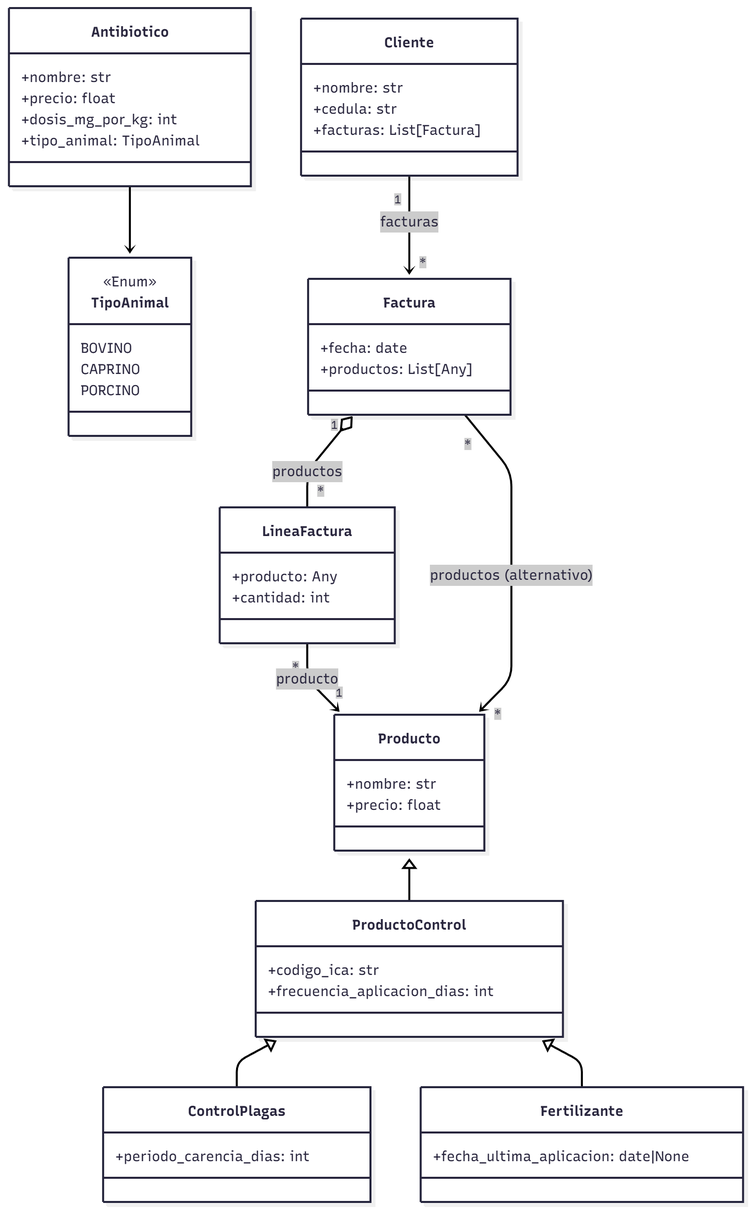
Before: evidencias/diagrama_UML_clases.png, a diagram exported from Mermaid (Perea3124/Parcial_2__Parte_1_Herencia_Asociaciones). Its source is kept beside it as evidencias/diagrama_UML_clases.mmd.
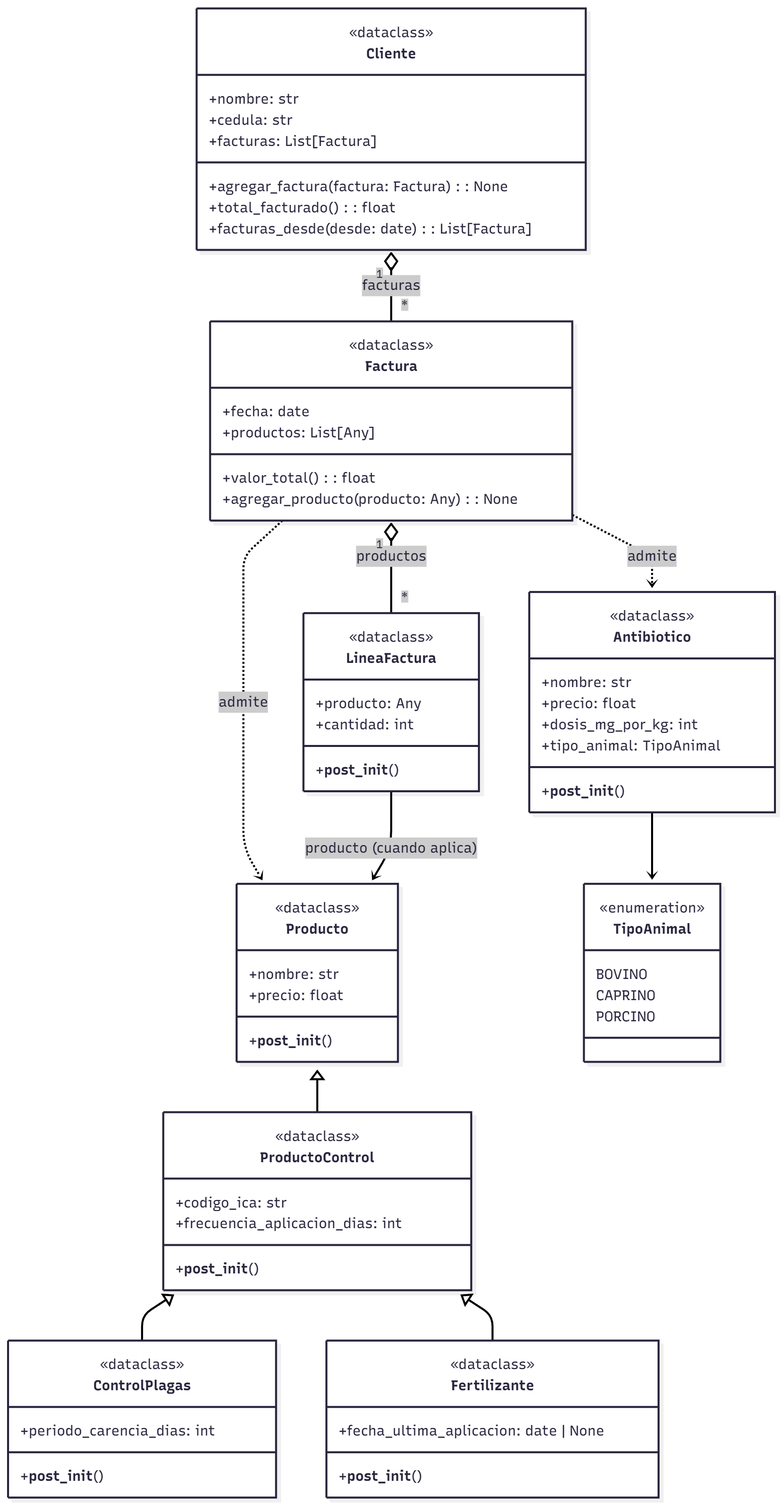
After the change.

Change to the diagram source:
```diff
@@ -1,57 +1,77 @@
 classDiagram
     class Producto {
+        <<dataclass>>
         +nombre: str
         +precio: float
+        +__post_init__()
     }
 
     class ProductoControl {
+        <<dataclass>>
         +codigo_ica: str
         +frecuencia_aplicacion_dias: int
+        +__post_init__()
     }
 
     class ControlPlagas {
+        <<dataclass>>
         +periodo_carencia_dias: int
+        +__post_init__()
     }
 
     class Fertilizante {
-        +fecha_ultima_aplicacion: date|None
+        <<dataclass>>
+        +fecha_ultima_aplicacion: date | None
+        +__post_init__()
     }
 
     class Antibiotico {
+        <<dataclass>>
         +nombre: str
         +precio: float
         +dosis_mg_por_kg: int
         +tipo_animal: TipoAnimal
+        +__post_init__()
     }
 
     class TipoAnimal {
-        <<Enum>>
+        <<enumeration>>
         BOVINO
         CAPRINO
         PORCINO
     }
 
     class Cliente {
+        <<dataclass>>
         +nombre: str
         +cedula: str
         +facturas: List[Factura]
+        +agregar_factura(factura: Factura): None
+        +total_facturado(): float
+        +facturas_desde(desde: date): List[Factura]
     }
 
     class Factura {
+        <<dataclass>>
         +fecha: date
         +productos: List[Any]
+        +valor_total(): float
+        +agregar_producto(producto: Any): None
     }
 
     class LineaFactura {
+        <<dataclass>>
         +producto: Any
         +cantidad: int
+        +__post_init__()
     }
 
     Producto <|-- ProductoControl
     ProductoControl <|-- ControlPlagas
     ProductoControl <|-- Fertilizante
     Antibiotico --> TipoAnimal
-    Cliente "1" --> "*" Factura : facturas
+    Cliente "1" o-- "*" Factura : facturas
     Factura "1" o-- "*" LineaFactura : productos
-    LineaFactura "*" --> "1" Producto : producto
-    Factura "*" --> "*" Producto : productos (alternativo)
+    Factura ..> Producto : admite
+    Factura ..> Antibiotico : admite
+    LineaFactura --> Producto : producto (cuando aplica)
```
